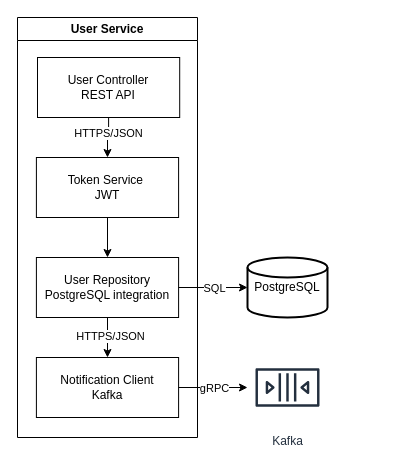
Before: page "User" (4 of 11) of ABC C1.drawio in IlyaMoskva/diagrams, a draw.io diagram. Source tidied: cells renumbered, new cells numbered last; positions are measured from the earlier drawing's top-left corner, leaving out a move shared by most shapes. Both pictures are drawn from the tidied source at 100%, with x=0, y=0 at pixel (17, 17).
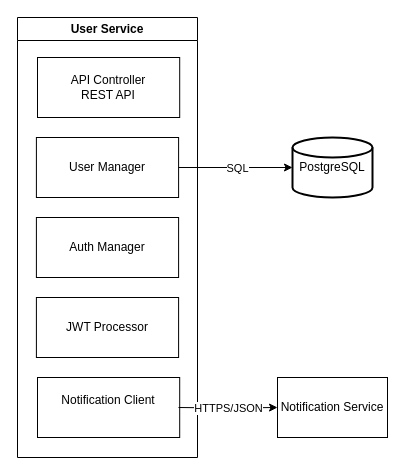
Above is the later version.

What changed in the source:
```diff
@@
 <mxGraphModel>
   <root>
     <mxCell id="0" />
     <mxCell id="1" parent="0" />
     <mxCell id="2" value="User Service" style="swimlane;whiteSpace=wrap;html=1;" parent="1" vertex="1">
-      <mxGeometry width="180" height="420" as="geometry" />
+      <mxGeometry width="180" height="440" as="geometry" />
     </mxCell>
-    <mxCell id="3" style="edgeStyle=orthogonalEdgeStyle;rounded=0;jettySize=auto;html=1;" parent="2" edge="1" source="5" target="7">
-      <mxGeometry relative="1" as="geometry" />
-    </mxCell>
-    <mxCell id="4" value="HTTPS/JSON" style="edgeLabel;html=1;align=center;verticalAlign=middle;" parent="3" vertex="1">
-      <mxGeometry x="-0.25" y="-1" relative="1" as="geometry" />
-    </mxCell>
-    <mxCell id="5" value="&lt;div&gt;User Controller&lt;/div&gt;&lt;div&gt;REST API&lt;/div&gt;" style="whiteSpace=wrap;html=1;" parent="2" vertex="1">
+    <mxCell id="5" value="&lt;div&gt;API Controller&lt;/div&gt;&lt;div&gt;REST API&lt;/div&gt;" style="whiteSpace=wrap;html=1;" parent="2" vertex="1">
       <mxGeometry x="20" y="40" width="142.2" height="60" as="geometry" />
     </mxCell>
-    <mxCell id="6" style="edgeStyle=orthogonalEdgeStyle;rounded=0;jettySize=auto;html=1;" parent="2" edge="1" source="7" target="10">
-      <mxGeometry relative="1" as="geometry" />
-    </mxCell>
-    <mxCell id="7" value="&lt;div&gt;&lt;span style=&quot;background-color: initial;&quot;&gt;Token Service&amp;nbsp;&lt;/span&gt;&lt;br&gt;&lt;/div&gt;&lt;div&gt;&lt;span style=&quot;background-color: initial;&quot;&gt;JWT&lt;/span&gt;&lt;/div&gt;" style="whiteSpace=wrap;html=1;" parent="2" vertex="1">
-      <mxGeometry x="18.9" y="140" width="142.2" height="60" as="geometry" />
-    </mxCell>
-    <mxCell id="8" style="edgeStyle=orthogonalEdgeStyle;rounded=0;jettySize=auto;html=1;" parent="2" edge="1" source="10" target="11">
-      <mxGeometry relative="1" as="geometry" />
-    </mxCell>
-    <mxCell id="9" value="HTTPS/JSON" style="edgeLabel;html=1;align=center;verticalAlign=middle;" parent="8" vertex="1">
-      <mxGeometry x="-0.12" y="2" relative="1" as="geometry" />
-    </mxCell>
-    <mxCell id="10" value="User Repository&lt;div&gt;PostgreSQL integration&lt;/div&gt;" style="whiteSpace=wrap;html=1;" parent="2" vertex="1">
-      <mxGeometry x="18.9" y="240" width="142.2" height="60" as="geometry" />
+    <mxCell id="10" value="User Manager" style="whiteSpace=wrap;html=1;" parent="2" vertex="1">
+      <mxGeometry x="18.9" y="120" width="142.2" height="60" as="geometry" />
     </mxCell>
-    <mxCell id="11" value="Notification Client&lt;div&gt;Kafka&lt;/div&gt;" style="whiteSpace=wrap;html=1;" parent="2" vertex="1">
-      <mxGeometry x="18.9" y="340" width="142.2" height="60" as="geometry" />
+    <mxCell id="11" value="Notification Client&lt;div&gt;&lt;br&gt;&lt;/div&gt;" style="whiteSpace=wrap;html=1;" parent="2" vertex="1">
+      <mxGeometry x="20" y="360" width="142.2" height="60" as="geometry" />
     </mxCell>
+    <mxCell id="18" value="Auth Manager" style="whiteSpace=wrap;html=1;" parent="2" vertex="1">
+      <mxGeometry x="18.9" y="200" width="142.2" height="60" as="geometry" />
+    </mxCell>
+    <mxCell id="7" value="&lt;div&gt;&lt;span style=&quot;background-color: initial;&quot;&gt;JWT Processor&lt;/span&gt;&lt;br&gt;&lt;/div&gt;" style="whiteSpace=wrap;html=1;" parent="2" vertex="1">
+      <mxGeometry x="18.9" y="280" width="142.2" height="60" as="geometry" />
+    </mxCell>
     <mxCell id="12" value="PostgreSQL" style="strokeWidth=2;html=1;shape=mxgraph.flowchart.database;whiteSpace=wrap;" parent="1" vertex="1">
-      <mxGeometry x="230" y="240" width="80" height="60" as="geometry" />
+      <mxGeometry x="275" y="120" width="80" height="60" as="geometry" />
     </mxCell>
     <mxCell id="13" style="edgeStyle=orthogonalEdgeStyle;rounded=0;jettySize=auto;html=1;entryX=0;entryY=0.5;entryDx=0;entryDy=0;entryPerimeter=0;" parent="1" edge="1" source="10" target="12">
       <mxGeometry relative="1" as="geometry" />
     </mxCell>
     <mxCell id="14" value="SQL" style="edgeLabel;html=1;align=center;verticalAlign=middle;" parent="13" vertex="1">
       <mxGeometry x="0.01" relative="1" as="geometry" />
     </mxCell>
-    <mxCell id="15" value="Kafka" style="sketch=0;outlineConnect=0;fontColor=#232F3E;gradientColor=none;strokeColor=#232F3E;fillColor=#ffffff;dashed=0;verticalLabelPosition=bottom;verticalAlign=top;align=center;html=1;fontSize=12;fontStyle=0;shape=mxgraph.aws4.resourceIcon;resIcon=mxgraph.aws4.queue;" parent="1" vertex="1">
-      <mxGeometry x="230" y="330" width="80" height="80" as="geometry" />
-    </mxCell>
-    <mxCell id="16" style="edgeStyle=orthogonalEdgeStyle;rounded=0;jettySize=auto;html=1;" parent="1" edge="1" source="11" target="15">
-      <mxGeometry relative="1" as="geometry" />
-    </mxCell>
-    <mxCell id="17" value="gRPC" style="edgeLabel;html=1;align=center;verticalAlign=middle;" parent="16" vertex="1">
-      <mxGeometry x="0.01" relative="1" as="geometry" />
-    </mxCell>
+    <mxCell id="19" value="Notification Service" style="whiteSpace=wrap;html=1;" parent="1" vertex="1">
+      <mxGeometry x="260" y="360" width="110" height="60" as="geometry" />
+    </mxCell>
+    <mxCell id="20" style="edgeStyle=orthogonalEdgeStyle;rounded=0;jettySize=auto;html=1;" parent="1" edge="1" target="19">
+      <mxGeometry relative="1" as="geometry">
+        <mxPoint x="161" y="390" as="sourcePoint" />
+      </mxGeometry>
+    </mxCell>
+    <mxCell id="21" value="HTTPS/JSON" style="edgeLabel;html=1;align=center;verticalAlign=middle;" parent="20" vertex="1">
+      <mxGeometry x="0.1" y="-2" relative="1" as="geometry">
+        <mxPoint x="-5" y="-2" as="offset" />
+      </mxGeometry>
+    </mxCell>
   </root>
 </mxGraphModel>
```
